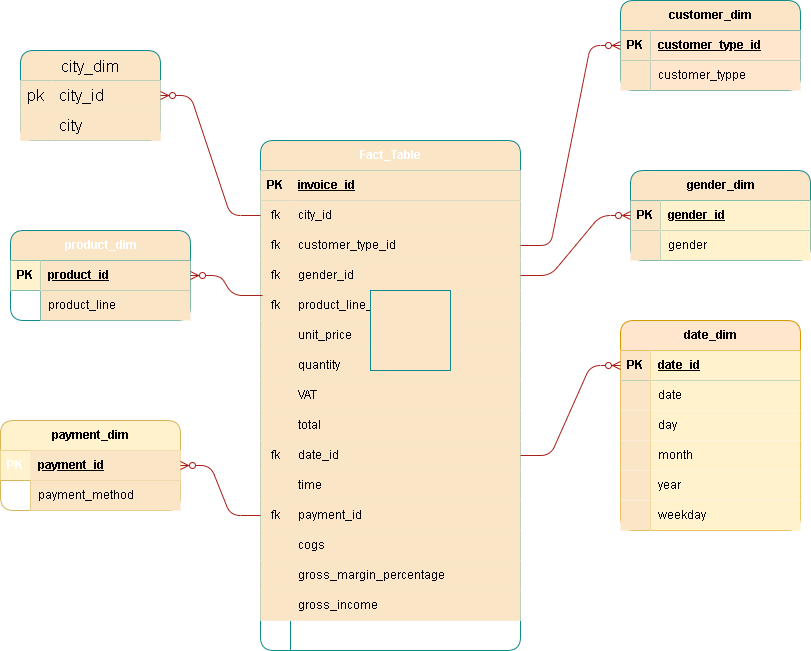
Before: WalmartModel.drawio.png, a diagram exported from draw.io (kayikalvin/Walmart-DataAnalysis). Source tidied: cells renumbered, new cells last; positions are measured from the earlier drawing's top-left corner, leaving out a move shared by most shapes.
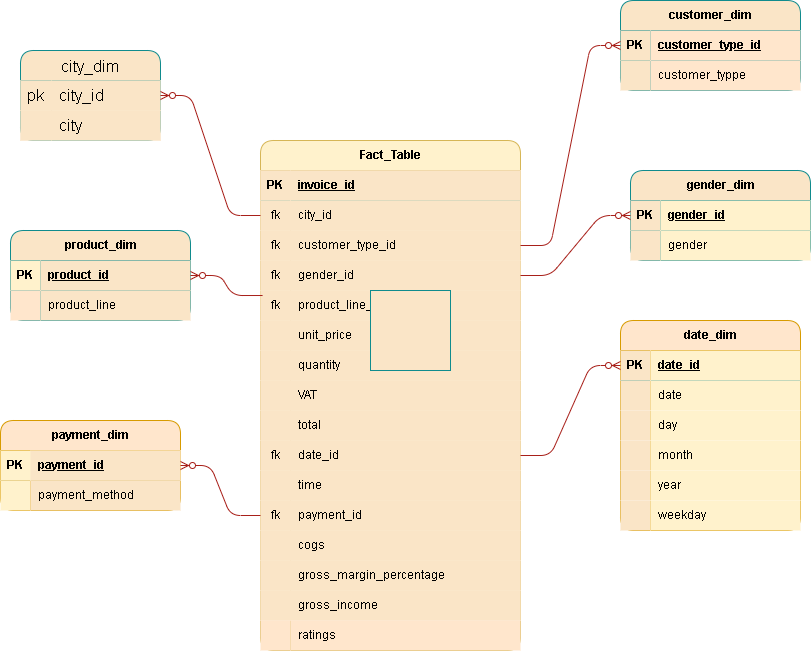
Later version of the same file.

The edit, as a diff of the source:
```diff
@@ -2,7 +2,7 @@
   <root>
     <mxCell id="0" />
     <mxCell id="1" parent="0" />
-    <mxCell id="2" value="Fact_Table" style="shape=table;startSize=30;rowLines=0;fontStyle=1;align=center;html=1;labelBackgroundColor=none;rounded=1;fillColor=#FAE5C7;strokeColor=#0F8B8D;fontColor=#FFFFFF;" parent="1" vertex="1">
+    <mxCell id="2" value="Fact_Table" style="shape=table;startSize=30;rowLines=0;fontStyle=1;align=center;html=1;labelBackgroundColor=none;rounded=1;fillColor=#fff2cc;strokeColor=#d6b656;" parent="1" vertex="1">
       <mxGeometry x="260" y="140" width="260" height="510" as="geometry" />
     </mxCell>
     <mxCell id="3" style="shape=tableRow;horizontal=0;startSize=0;swimlaneHead=0;swimlaneBody=0;top=0;left=0;right=0;bottom=1;shadow=0;labelBackgroundColor=none;rounded=1;fillColor=#FAE5C7;strokeColor=#0F8B8D;fontColor=#000000;" parent="2" vertex="1">
@@ -143,10 +143,10 @@
     <mxCell id="48" style="shape=tableRow;horizontal=0;startSize=0;swimlaneHead=0;swimlaneBody=0;fillColor=none;top=0;left=0;right=0;bottom=0;labelBackgroundColor=none;rounded=1;strokeColor=#0F8B8D;fontColor=#FFFFFF;" parent="2" vertex="1">
       <mxGeometry y="480" width="260" height="30" as="geometry" />
     </mxCell>
-    <mxCell id="49" style="shape=partialRectangle;fillColor=none;top=0;left=0;bottom=0;right=0;overflow=hidden;whiteSpace=wrap;html=1;labelBackgroundColor=none;rounded=1;strokeColor=#0F8B8D;fontColor=#FFFFFF;" parent="48" vertex="1">
+    <mxCell id="49" style="shape=partialRectangle;fillColor=#ffe6cc;top=0;left=0;bottom=0;right=0;overflow=hidden;whiteSpace=wrap;html=1;labelBackgroundColor=none;rounded=1;strokeColor=#d79b00;" parent="48" vertex="1">
       <mxGeometry width="30" height="30" as="geometry" />
     </mxCell>
-    <mxCell id="50" value="ratings" style="shape=partialRectangle;fillColor=none;top=0;left=0;bottom=0;right=0;align=left;spacingLeft=6;overflow=hidden;whiteSpace=wrap;html=1;labelBackgroundColor=none;rounded=1;strokeColor=#0F8B8D;fontColor=#FFFFFF;" parent="48" vertex="1">
+    <mxCell id="50" value="ratings" style="shape=partialRectangle;fillColor=#ffe6cc;top=0;left=0;bottom=0;right=0;align=left;spacingLeft=6;overflow=hidden;whiteSpace=wrap;html=1;labelBackgroundColor=none;rounded=1;strokeColor=#d79b00;" parent="48" vertex="1">
       <mxGeometry x="30" width="230" height="30" as="geometry" />
     </mxCell>
     <mxCell id="51" value="city_dim" style="shape=table;startSize=30;rowLines=0;fontStyle=0;fontSize=16;shadow=0;labelBackgroundColor=none;rounded=1;fillColor=#FAE5C7;strokeColor=#0F8B8D;fontColor=#000000;" parent="1" vertex="1">
@@ -221,7 +221,7 @@
     <mxCell id="74" style="edgeStyle=entityRelationEdgeStyle;fontSize=12;html=1;endArrow=ERzeroToMany;endFill=1;rounded=1;shadow=0;labelBackgroundColor=none;fontColor=#000000;strokeColor=#A8201A;" parent="1" edge="1" source="12" target="68">
       <mxGeometry relative="1" as="geometry" />
     </mxCell>
-    <mxCell id="75" value="product_dim" style="shape=table;startSize=30;rowLines=0;fontStyle=1;align=center;html=1;labelBackgroundColor=none;rounded=1;fillColor=#FAE5C7;strokeColor=#0F8B8D;fontColor=#FFFFFF;" parent="1" vertex="1">
+    <mxCell id="75" value="&lt;font color=&quot;#000000&quot;&gt;product_dim&lt;/font&gt;" style="shape=table;startSize=30;rowLines=0;fontStyle=1;align=center;html=1;labelBackgroundColor=none;rounded=1;fillColor=#FAE5C7;strokeColor=#0F8B8D;fontColor=#FFFFFF;" parent="1" vertex="1">
       <mxGeometry x="10" y="230" width="180" height="90" as="geometry" />
     </mxCell>
     <mxCell id="76" style="shape=tableRow;horizontal=0;startSize=0;swimlaneHead=0;swimlaneBody=0;fillColor=none;points=[[0,0.5],[1,0.5]];portConstraint=eastwest;top=0;left=0;right=0;bottom=1;labelBackgroundColor=none;rounded=1;strokeColor=#0F8B8D;fontColor=#FFFFFF;" parent="75" vertex="1">
@@ -236,7 +236,7 @@
     <mxCell id="79" style="shape=tableRow;horizontal=0;startSize=0;swimlaneHead=0;swimlaneBody=0;fillColor=none;top=0;left=0;right=0;bottom=0;labelBackgroundColor=none;rounded=1;strokeColor=#0F8B8D;fontColor=#FFFFFF;" parent="75" vertex="1">
       <mxGeometry y="60" width="180" height="30" as="geometry" />
     </mxCell>
-    <mxCell id="80" style="shape=partialRectangle;fillColor=none;top=0;left=0;bottom=0;right=0;overflow=hidden;whiteSpace=wrap;html=1;labelBackgroundColor=none;rounded=1;strokeColor=#0F8B8D;fontColor=#FFFFFF;" parent="79" vertex="1">
+    <mxCell id="80" style="shape=partialRectangle;fillColor=#ffe6cc;top=0;left=0;bottom=0;right=0;overflow=hidden;whiteSpace=wrap;html=1;labelBackgroundColor=none;rounded=1;strokeColor=#d79b00;" parent="79" vertex="1">
       <mxGeometry width="30" height="30" as="geometry" />
     </mxCell>
     <mxCell id="81" value="product_line" style="shape=partialRectangle;top=0;left=0;bottom=0;right=0;align=left;spacingLeft=6;overflow=hidden;whiteSpace=wrap;html=1;shadow=0;labelBackgroundColor=none;rounded=1;fillColor=#FAE5C7;strokeColor=#0F8B8D;fontColor=#000000;" parent="79" vertex="1">
@@ -305,13 +305,13 @@
     <mxCell id="102" style="edgeStyle=entityRelationEdgeStyle;fontSize=12;html=1;endArrow=ERzeroToMany;endFill=1;rounded=1;entryX=0;entryY=0.5;entryDx=0;entryDy=0;shadow=0;labelBackgroundColor=none;fontColor=#000000;strokeColor=#A8201A;" parent="1" edge="1" source="30" target="84">
       <mxGeometry relative="1" as="geometry" />
     </mxCell>
-    <mxCell id="103" value="payment_dim" style="shape=table;startSize=30;rowLines=0;fontStyle=1;align=center;html=1;labelBackgroundColor=none;rounded=1;fillColor=#fff2cc;strokeColor=#d6b656;" parent="1" vertex="1">
+    <mxCell id="103" value="payment_dim" style="shape=table;startSize=30;rowLines=0;fontStyle=1;align=center;html=1;labelBackgroundColor=none;rounded=1;fillColor=#ffe6cc;strokeColor=#d79b00;" parent="1" vertex="1">
       <mxGeometry y="420" width="180" height="90" as="geometry" />
     </mxCell>
     <mxCell id="104" style="shape=tableRow;horizontal=0;startSize=0;swimlaneHead=0;swimlaneBody=0;fillColor=#fff2cc;points=[[0,0.5],[1,0.5]];portConstraint=eastwest;top=0;left=0;right=0;bottom=1;labelBackgroundColor=none;rounded=1;strokeColor=#d6b656;" parent="103" vertex="1">
       <mxGeometry y="30" width="180" height="30" as="geometry" />
     </mxCell>
-    <mxCell id="105" value="PK" style="shape=partialRectangle;fillColor=none;top=0;left=0;bottom=0;right=0;fontStyle=1;overflow=hidden;whiteSpace=wrap;html=1;labelBackgroundColor=none;rounded=1;strokeColor=#0F8B8D;fontColor=#FFFFFF;" parent="104" vertex="1">
+    <mxCell id="105" value="&lt;font color=&quot;#000000&quot;&gt;PK&lt;/font&gt;" style="shape=partialRectangle;fillColor=none;top=0;left=0;bottom=0;right=0;fontStyle=1;overflow=hidden;whiteSpace=wrap;html=1;labelBackgroundColor=none;rounded=1;strokeColor=#0F8B8D;fontColor=#FFFFFF;" parent="104" vertex="1">
       <mxGeometry width="30" height="30" as="geometry" />
     </mxCell>
     <mxCell id="106" value="payment_id" style="shape=partialRectangle;top=0;left=0;bottom=0;right=0;align=left;spacingLeft=6;fontStyle=5;overflow=hidden;whiteSpace=wrap;html=1;shadow=0;labelBackgroundColor=none;rounded=1;fillColor=#FAE5C7;strokeColor=#0F8B8D;fontColor=#000000;" parent="104" vertex="1">
@@ -320,7 +320,7 @@
     <mxCell id="107" style="shape=tableRow;horizontal=0;startSize=0;swimlaneHead=0;swimlaneBody=0;fillColor=none;top=0;left=0;right=0;bottom=0;labelBackgroundColor=none;rounded=1;strokeColor=#0F8B8D;fontColor=#FFFFFF;" parent="103" vertex="1">
       <mxGeometry y="60" width="180" height="30" as="geometry" />
     </mxCell>
-    <mxCell id="108" style="shape=partialRectangle;fillColor=none;top=0;left=0;bottom=0;right=0;overflow=hidden;whiteSpace=wrap;html=1;labelBackgroundColor=none;rounded=1;strokeColor=#0F8B8D;fontColor=#FFFFFF;" parent="107" vertex="1">
+    <mxCell id="108" style="shape=partialRectangle;fillColor=#fff2cc;top=0;left=0;bottom=0;right=0;overflow=hidden;whiteSpace=wrap;html=1;labelBackgroundColor=none;rounded=1;strokeColor=#d6b656;" parent="107" vertex="1">
       <mxGeometry width="30" height="30" as="geometry" />
     </mxCell>
     <mxCell id="109" value="payment_method" style="shape=partialRectangle;top=0;left=0;bottom=0;right=0;align=left;spacingLeft=6;overflow=hidden;whiteSpace=wrap;html=1;shadow=0;labelBackgroundColor=none;rounded=1;fillColor=#FAE5C7;strokeColor=#0F8B8D;fontColor=#000000;" parent="107" vertex="1">
```
